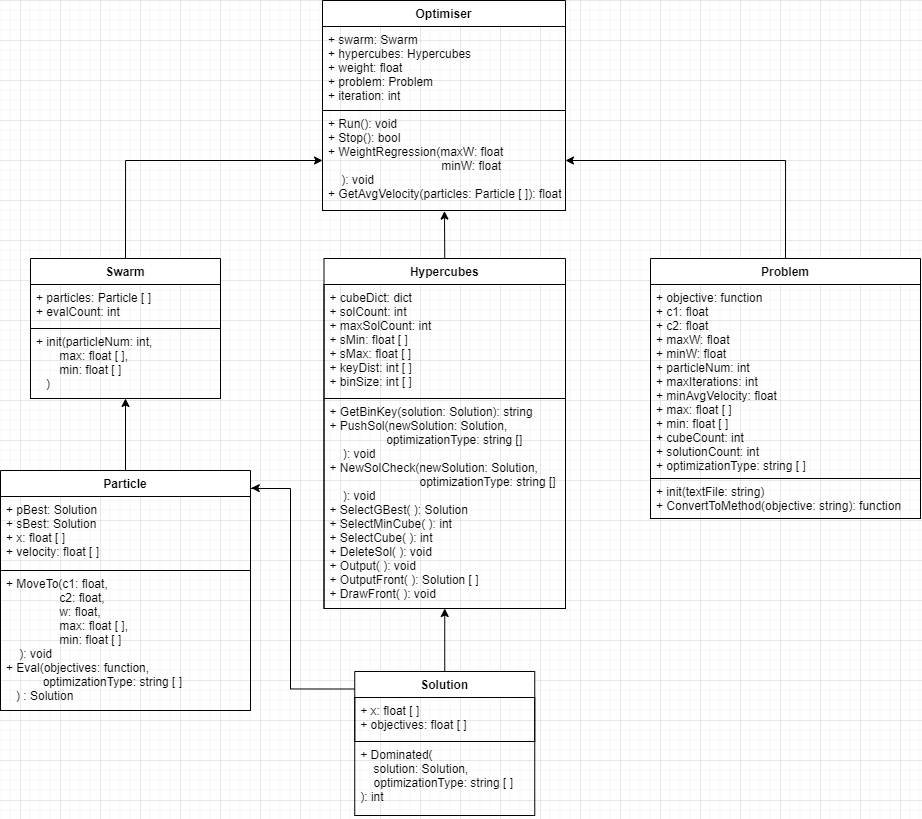
Above: doc/classes.png in ryant4333/WIL_KJO (draw.io), before the change. Source tidied: cells renumbered, new cells last; positions are measured from the earlier drawing's top-left corner, leaving out a move shared by most shapes.
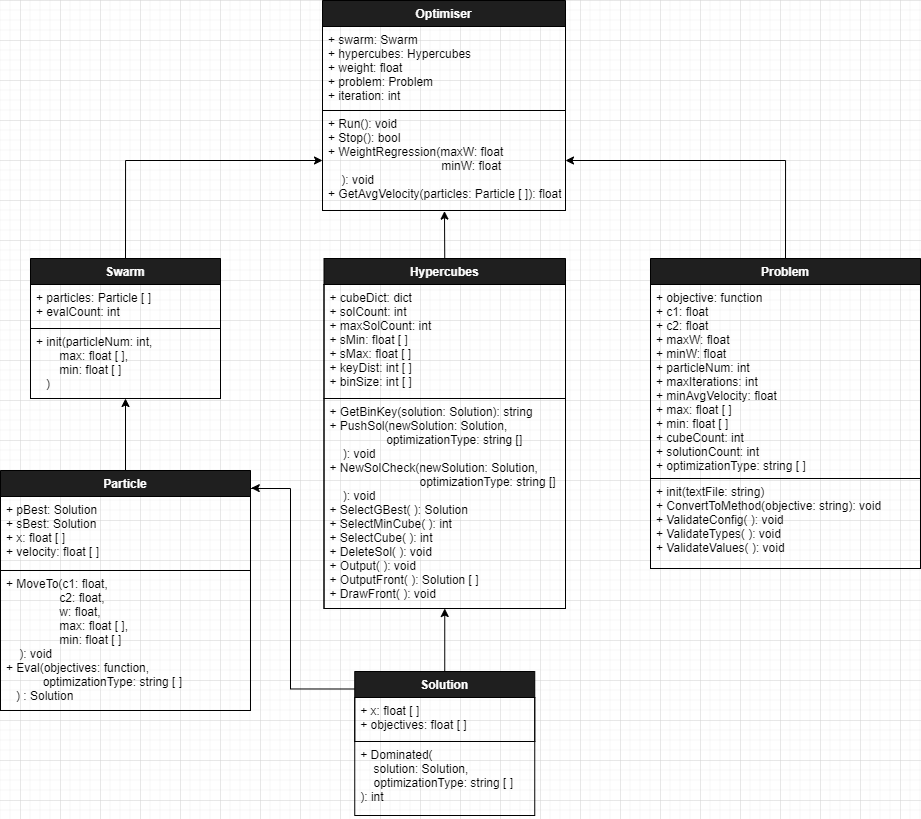
Above is the later version.

What changed in the source:
```diff
@@ -31,7 +31,7 @@
     <mxCell id="8" style="endArrow=classic;html=1;exitX=0.5;exitY=0;exitDx=0;exitDy=0;entryX=0.502;entryY=1.006;entryDx=0;entryDy=0;entryPerimeter=0;" parent="1" edge="1" source="9" target="25">
       <mxGeometry relative="1" as="geometry" />
     </mxCell>
-    <mxCell id="9" value="Hypercubes" style="swimlane;fontStyle=1;align=center;verticalAlign=top;horizontal=1;startSize=26;strokeColor=#000000;" parent="1" vertex="1">
+    <mxCell id="9" value="Hypercubes" style="swimlane;fontStyle=1;align=center;verticalAlign=top;horizontal=1;startSize=26;strokeColor=#000000;fontColor=#FFFFFF;fillColor=#1F1F1F;" parent="1" vertex="1">
       <mxGeometry x="323.5" y="258" width="241.5" height="350" as="geometry" />
     </mxCell>
     <mxCell id="10" value="+ cubeDict: dict&#10;+ solCount: int&#10;+ maxSolCount: int&#10;+ sMin: float [ ]&#10;+ sMax: float [ ]&#10;+ keyDist: int [ ]&#10;+ binSize: int [ ]" style="text;fillColor=none;align=left;verticalAlign=top;spacingLeft=4;spacingRight=4;overflow=hidden;fontColor=#000000;strokeColor=#000000;" parent="9" vertex="1">
@@ -40,22 +40,22 @@
     <mxCell id="11" value="+ GetBinKey(solution: Solution): string&#10;+ PushSol(newSolution: Solution, &#10;                 optimizationType: string []&#10;    ): void&#10;+ NewSolCheck(newSolution: Solution, &#10;                           optimizationType: string []&#10;    ): void&#10;+ SelectGBest( ): Solution&#10;+ SelectMinCube( ): int&#10;+ SelectCube( ): int&#10;+ DeleteSol( ): void&#10;+ Output( ): void&#10;+ OutputFront( ): Solution [ ]&#10;+ DrawFront( ): void" style="text;fillColor=none;align=left;verticalAlign=top;spacingLeft=4;spacingRight=4;overflow=hidden;fontColor=#000000;strokeColor=#000000;" parent="9" vertex="1">
       <mxGeometry y="140" width="241.5" height="210" as="geometry" />
     </mxCell>
-    <mxCell id="12" value="Problem" style="swimlane;fontStyle=1;align=center;verticalAlign=top;horizontal=1;startSize=26;" parent="1" vertex="1">
-      <mxGeometry x="650" y="258" width="270" height="260" as="geometry" />
+    <mxCell id="12" value="Problem" style="swimlane;fontStyle=1;align=center;verticalAlign=top;horizontal=1;startSize=26;fillColor=#1F1F1F;fontColor=#FFFFFF;" parent="1" vertex="1">
+      <mxGeometry x="650" y="258" width="270" height="310" as="geometry" />
     </mxCell>
     <mxCell id="13" value="+ objective: function&#10;+ c1: float&#10;+ c2: float&#10;+ maxW: float&#10;+ minW: float&#10;+ particleNum: int&#10;+ maxIterations: int&#10;+ minAvgVelocity: float&#10;+ max: float [ ]&#10;+ min: float [ ]&#10;+ cubeCount: int&#10;+ solutionCount: int&#10;+ optimizationType: string [ ]" style="text;fillColor=none;align=left;verticalAlign=top;spacingLeft=4;spacingRight=4;overflow=hidden;fontColor=#000000;strokeColor=#000000;" parent="12" vertex="1">
       <mxGeometry y="26" width="270" height="194" as="geometry" />
     </mxCell>
-    <mxCell id="14" value="+ init(textFile: string)&#10;+ ConvertToMethod(objective: string): function" style="text;fillColor=none;align=left;verticalAlign=top;spacingLeft=4;spacingRight=4;overflow=hidden;fontColor=#000000;strokeColor=#000000;" parent="12" vertex="1">
-      <mxGeometry y="220" width="270" height="40" as="geometry" />
+    <mxCell id="14" value="+ init(textFile: string)&#10;+ ConvertToMethod(objective: string): void&#10;+ ValidateConfig( ): void&#10;+ ValidateTypes( ): void&#10;+ ValidateValues( ): void" style="text;fillColor=none;align=left;verticalAlign=top;spacingLeft=4;spacingRight=4;overflow=hidden;fontColor=#000000;strokeColor=#000000;" parent="12" vertex="1">
+      <mxGeometry y="220" width="270" height="90" as="geometry" />
     </mxCell>
-    <mxCell id="15" value="Solution" style="swimlane;fontStyle=1;align=center;verticalAlign=top;horizontal=1;startSize=26;strokeColor=#000000;" parent="1" vertex="1">
+    <mxCell id="15" value="Solution" style="swimlane;fontStyle=1;align=center;verticalAlign=top;horizontal=1;startSize=26;strokeColor=#000000;fillColor=#1F1F1F;fontColor=#FFFFFF;" parent="1" vertex="1">
       <mxGeometry x="354.2" y="671" width="180" height="70" as="geometry" />
     </mxCell>
     <mxCell id="16" value="+ x: float [ ]&#10;+ objectives: float [ ] " style="text;fillColor=none;align=left;verticalAlign=top;spacingLeft=4;spacingRight=4;overflow=hidden;strokeColor=#000000;fontColor=#000000;" parent="15" vertex="1">
       <mxGeometry y="26" width="180" height="44" as="geometry" />
     </mxCell>
-    <mxCell id="17" value="Swarm" style="swimlane;fontStyle=1;align=center;verticalAlign=top;horizontal=1;startSize=26;" parent="1" vertex="1">
+    <mxCell id="17" value="Swarm" style="swimlane;fontStyle=1;align=center;verticalAlign=top;horizontal=1;startSize=26;fillColor=#1F1F1F;fontColor=#FFFFFF;" parent="1" vertex="1">
       <mxGeometry x="30" y="258" width="190" height="140" as="geometry" />
     </mxCell>
     <mxCell id="18" value="+ particles: Particle [ ] &#10;+ evalCount: int" style="text;fillColor=none;align=left;verticalAlign=top;spacingLeft=4;spacingRight=4;overflow=hidden;fontColor=#000000;strokeColor=#000000;" parent="17" vertex="1">
@@ -64,7 +64,7 @@
     <mxCell id="19" value="+ init(particleNum: int, &#10;       max: float [ ],&#10;       min: float [ ]&#10;   )" style="text;fillColor=none;align=left;verticalAlign=top;spacingLeft=4;spacingRight=4;overflow=hidden;points=[[0,0.5],[1,0.5]];portConstraint=eastwest;fontColor=#000000;strokeColor=#000000;" parent="17" vertex="1">
       <mxGeometry y="70" width="190" height="70" as="geometry" />
     </mxCell>
-    <mxCell id="20" value="Particle" style="swimlane;fontStyle=1;align=center;verticalAlign=top;horizontal=1;startSize=26;strokeColor=#000000;" parent="1" vertex="1">
+    <mxCell id="20" value="Particle" style="swimlane;fontStyle=1;align=center;verticalAlign=top;horizontal=1;startSize=26;strokeColor=#000000;fillColor=#1F1F1F;fontColor=#FFFFFF;" parent="1" vertex="1">
       <mxGeometry y="470" width="250" height="240" as="geometry" />
     </mxCell>
     <mxCell id="21" value="+ pBest: Solution&#10;+ sBest: Solution&#10;+ x: float [ ]&#10;+ velocity: float [ ]" style="text;fillColor=none;align=left;verticalAlign=top;spacingLeft=4;spacingRight=4;overflow=hidden;fontColor=#000000;strokeColor=#000000;" parent="20" vertex="1">
@@ -73,7 +73,7 @@
     <mxCell id="22" value="+ MoveTo(c1: float, &#10;                c2: float, &#10;                w: float, &#10;                max: float [ ], &#10;                min: float [ ]&#10;    ): void&#10;+ Eval(objectives: function, &#10;           optimizationType: string [ ]&#10;   ) : Solution" style="text;fillColor=none;align=left;verticalAlign=top;spacingLeft=4;spacingRight=4;overflow=hidden;fontColor=#000000;strokeColor=#000000;" parent="20" vertex="1">
       <mxGeometry y="100" width="250" height="140" as="geometry" />
     </mxCell>
-    <mxCell id="23" value="Optimiser" style="swimlane;fontStyle=1;align=center;verticalAlign=top;horizontal=1;startSize=26;" parent="1" vertex="1">
+    <mxCell id="23" value="Optimiser" style="swimlane;fontStyle=1;align=center;verticalAlign=top;horizontal=1;startSize=26;fillColor=#1F1F1F;fontColor=#FFFFFF;" parent="1" vertex="1">
       <mxGeometry x="322" width="243" height="210" as="geometry" />
     </mxCell>
     <mxCell id="24" value="+ swarm: Swarm&#10;+ hypercubes: Hypercubes&#10;+ weight: float&#10;+ problem: Problem&#10;+ iteration: int" style="text;fillColor=none;align=left;verticalAlign=top;spacingLeft=4;spacingRight=4;overflow=hidden;fontColor=#000000;strokeColor=#000000;" parent="23" vertex="1">
```
